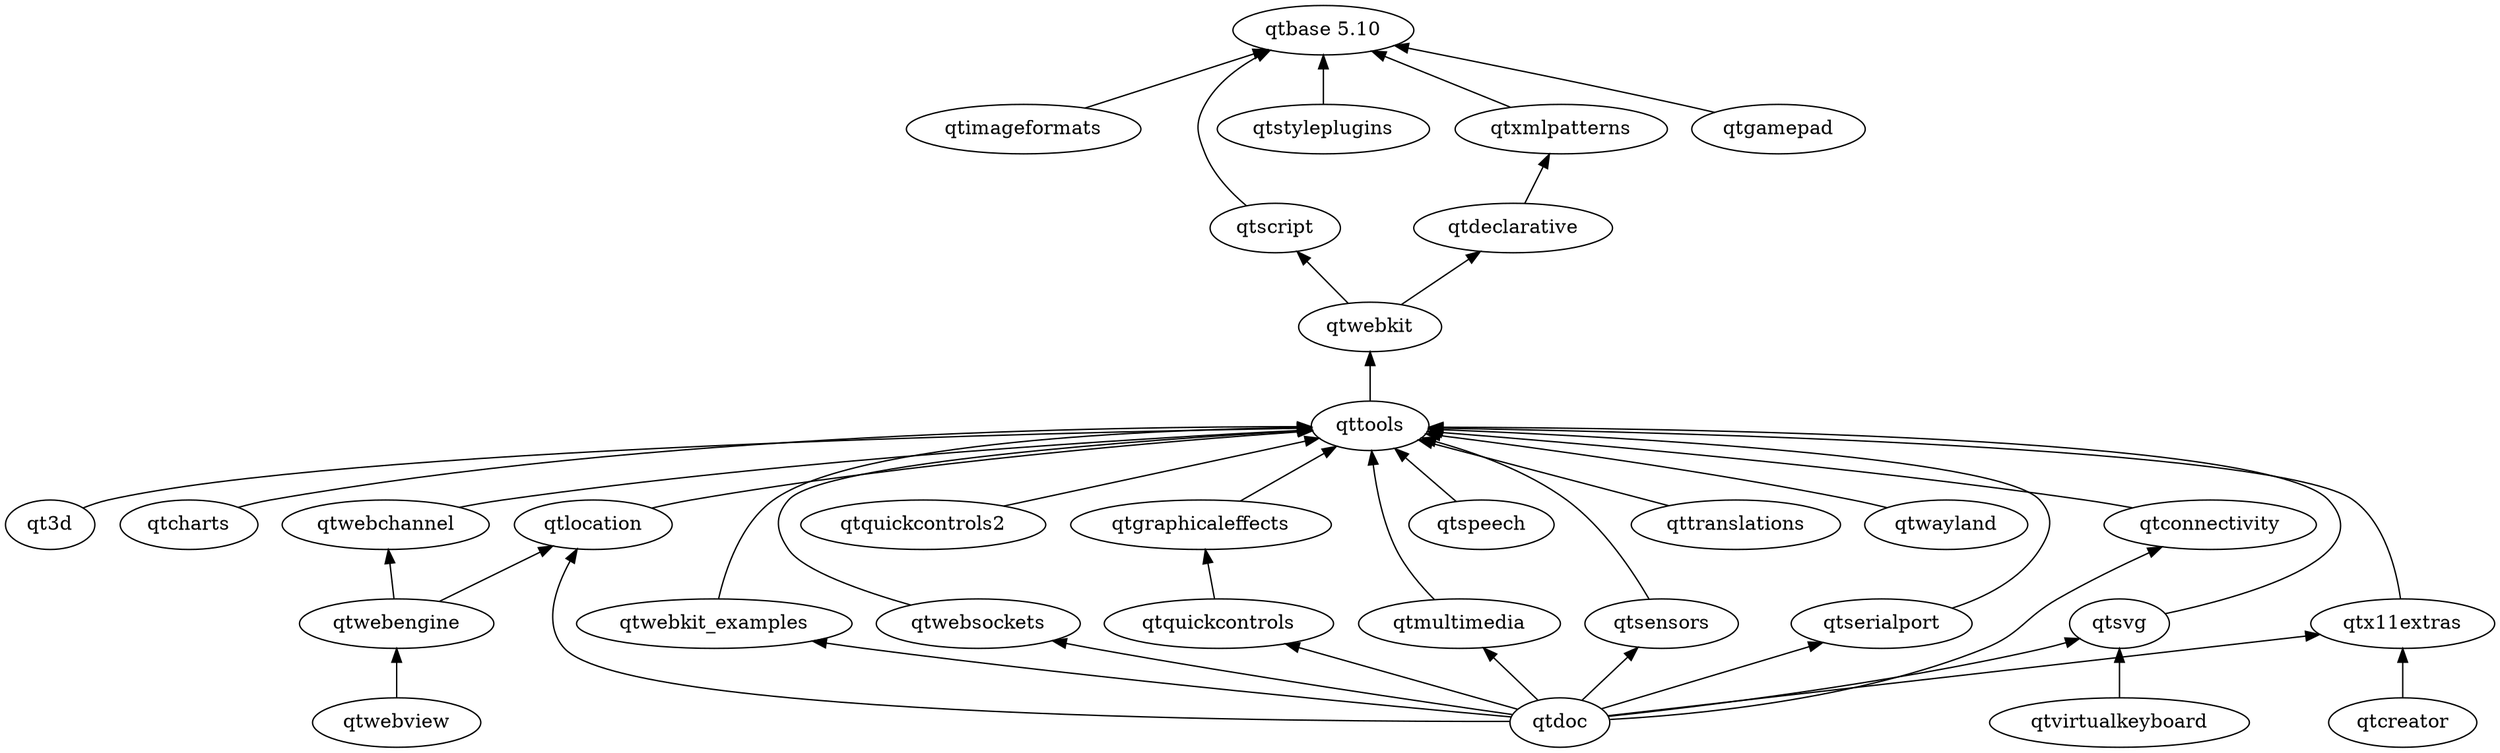
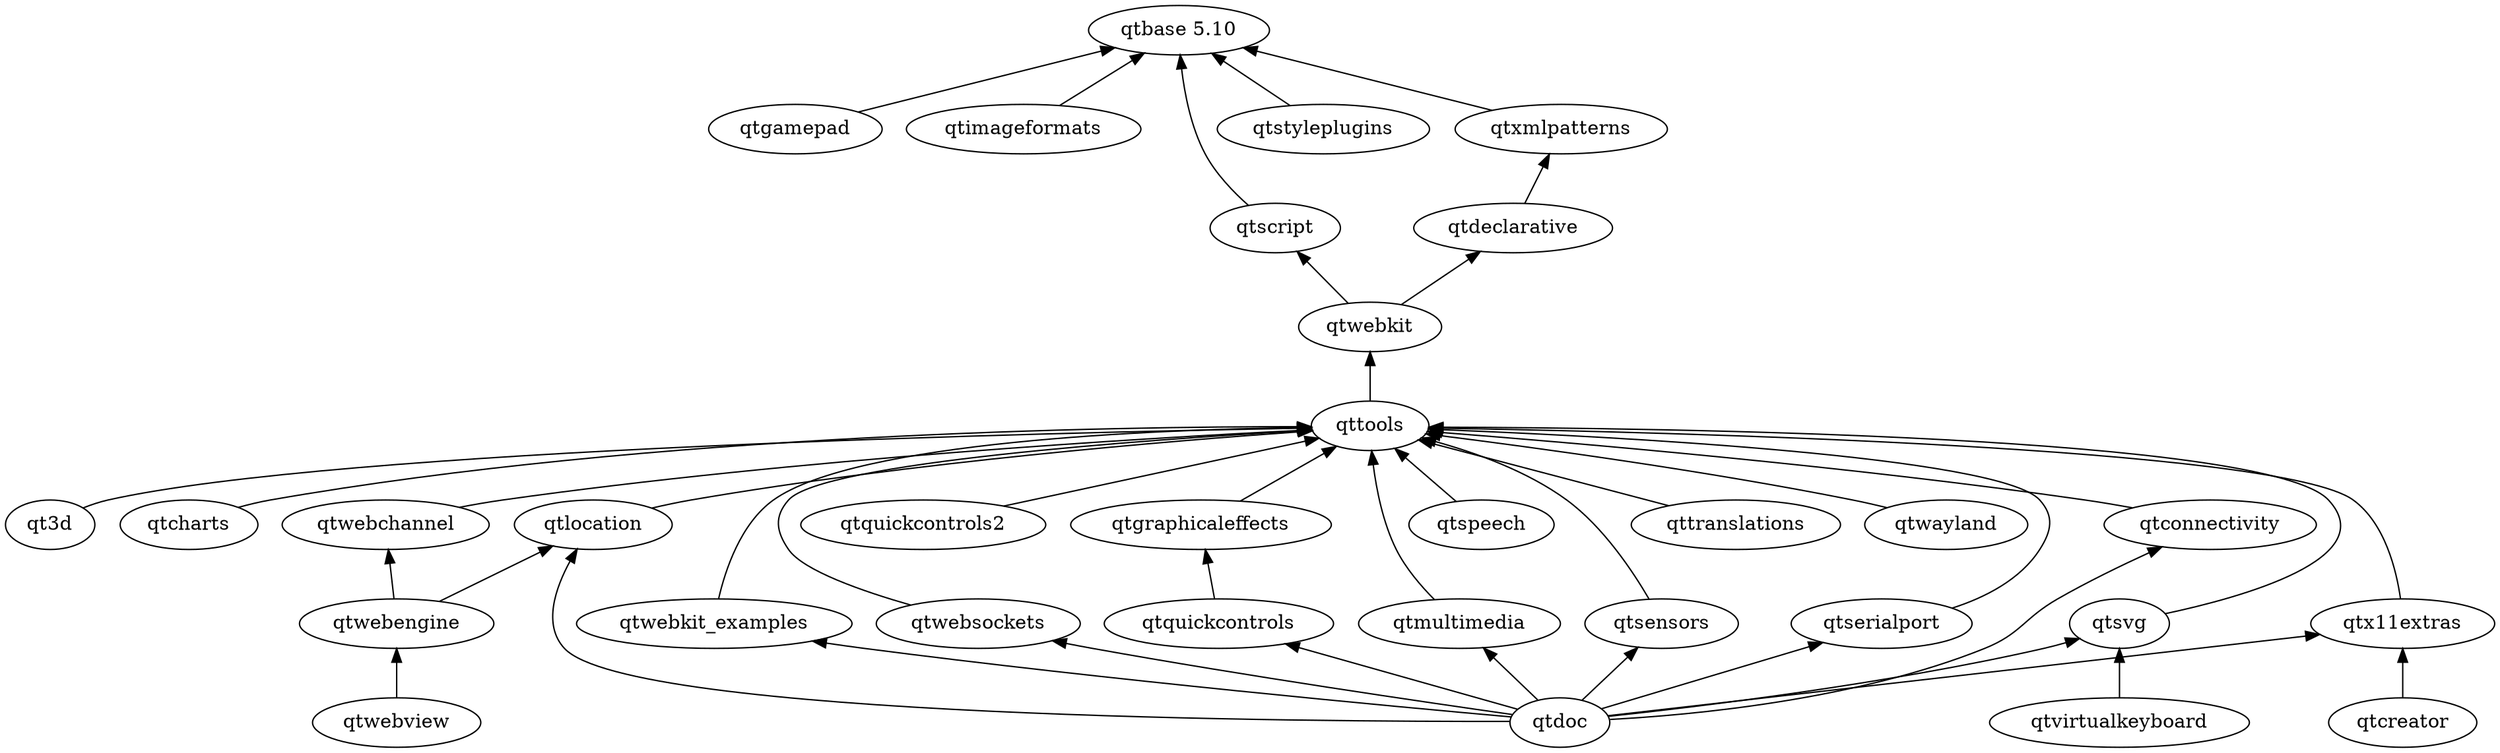
digraph qt5 {
  graph [
    rankdir = "BT"
  ]

  qt3d
  "qtbase 5.10"
  qtcharts
  qtconnectivity
  qtcreator
  qtdeclarative
  qtdoc
+   qtgamepad
  qtgraphicaleffects
  qtimageformats
  qtlocation
  qtmultimedia
  qtquickcontrols
  qtquickcontrols2
  qtscript
  qtsensors
  qtserialport
  qtspeech
  qtstyleplugins
  qtsvg
  qttools
  qttranslations
  qtvirtualkeyboard
  qtwayland
  qtwebchannel
  qtwebengine
  qtwebkit
  qtwebkit_examples
  qtwebsockets
  qtx11extras
  qtxmlpatterns

  qt3d -> qttools
  qtcharts -> qttools
  qtconnectivity -> qttools
  qtcreator -> qtx11extras
  qtdeclarative -> qtxmlpatterns
  qtdoc -> qtconnectivity
  qtdoc -> qtlocation
  qtdoc -> qtmultimedia
  qtdoc -> qtquickcontrols
  qtdoc -> qtsensors
  qtdoc -> qtserialport
  qtdoc -> qtsvg
  qtdoc -> qtwebkit_examples
  qtdoc -> qtwebsockets
  qtdoc -> qtx11extras
  qtgamepad -> "qtbase 5.10"
  qtgraphicaleffects -> qttools
  qtimageformats -> "qtbase 5.10"
  qtlocation -> qttools
  qtmultimedia -> qttools
  qtquickcontrols -> qtgraphicaleffects
  qtquickcontrols2 -> qttools
  qtscript -> "qtbase 5.10"
  qtsensors -> qttools
  qtserialport -> qttools
  qtspeech -> qttools
  qtstyleplugins -> "qtbase 5.10"
  qtsvg -> qttools
  qttools -> qtwebkit
  qttranslations -> qttools
  qtvirtualkeyboard -> qtsvg
  qtwayland -> qttools
  qtwebchannel -> qttools
  qtwebengine -> qtlocation
  qtwebengine -> qtwebchannel
  qtwebview -> qtwebengine
  qtwebkit -> qtdeclarative
  qtwebkit -> qtscript
  qtwebkit_examples -> qttools
  qtwebsockets -> qttools
  qtx11extras -> qttools
  qtxmlpatterns -> "qtbase 5.10"
}
